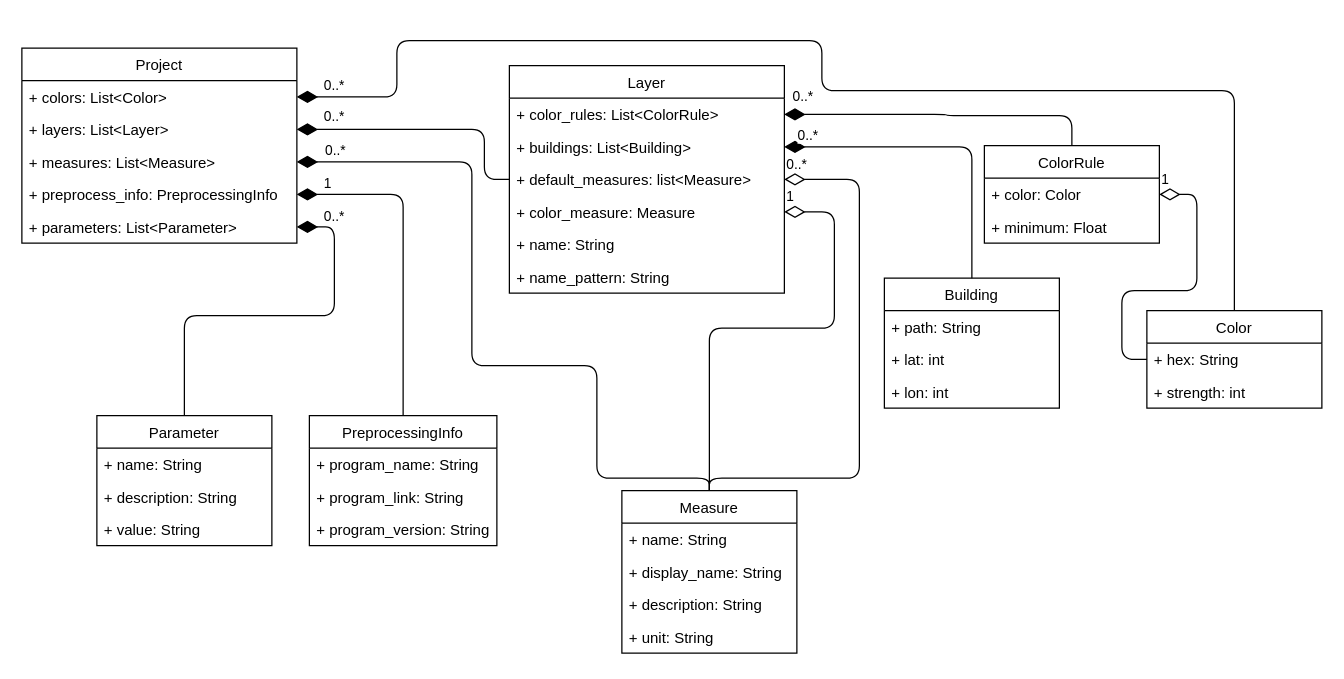
The draw.io diagram documentación/diagrama-clases.drawio in Calcoph/visualizador-potencial-fotovoltaico, before the edit. Source tidied: cells renumbered, new cells numbered last; positions are measured from the earlier drawing's top-left corner, leaving out a move shared by most shapes. Both pictures are drawn from the tidied source at 125%, with x=0, y=0 at pixel (21, 40).
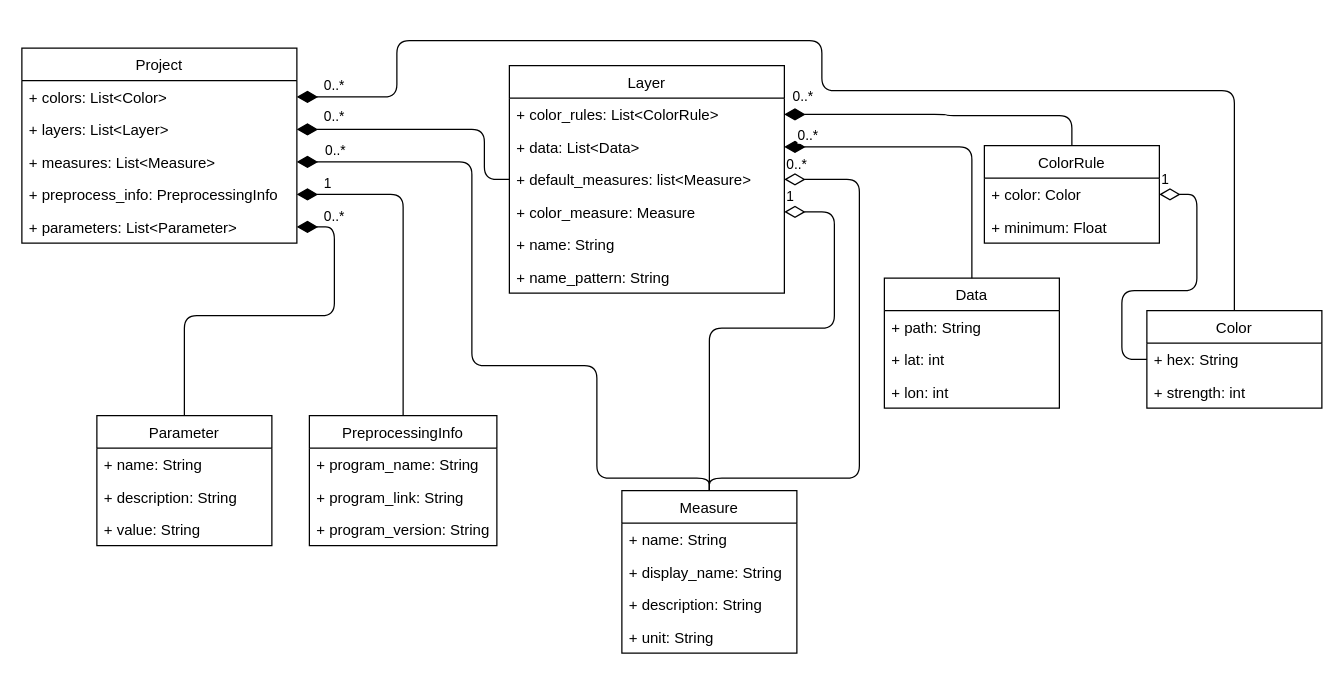
The same page after the edit.

The change refers to these unchanged cells:
```xml
<mxCell id="22" value="Layer" style="swimlane;fontStyle=0;horizontal=1;startSize=26;fillColor=none;" parent="1" vertex="1">
  <mxGeometry x="390" y="20" width="220" height="182" as="geometry" />
</mxCell>
```

What changed in the source:
```diff
@@
-    <mxCell id="24" value="+ buildings: List&lt;Building&gt;" style="text;strokeColor=none;fillColor=none;align=left;verticalAlign=top;spacingLeft=4;spacingRight=4;overflow=hidden;points=[[0,0.5],[1,0.5]];portConstraint=eastwest;" parent="22" vertex="1">
+    <mxCell id="24" value="+ data: List&lt;Data&gt;" style="text;strokeColor=none;fillColor=none;align=left;verticalAlign=top;spacingLeft=4;spacingRight=4;overflow=hidden;points=[[0,0.5],[1,0.5]];portConstraint=eastwest;" parent="22" vertex="1">
       <mxGeometry y="52" width="220" height="26" as="geometry" />
     </mxCell>
@@
-    <mxCell id="34" value="Building" style="swimlane;fontStyle=0;horizontal=1;startSize=26;fillColor=none;" parent="1" vertex="1">
+    <mxCell id="34" value="Data" style="swimlane;fontStyle=0;horizontal=1;startSize=26;fillColor=none;" parent="1" vertex="1">
       <mxGeometry x="690" y="190" width="140" height="104" as="geometry" />
     </mxCell>
```
